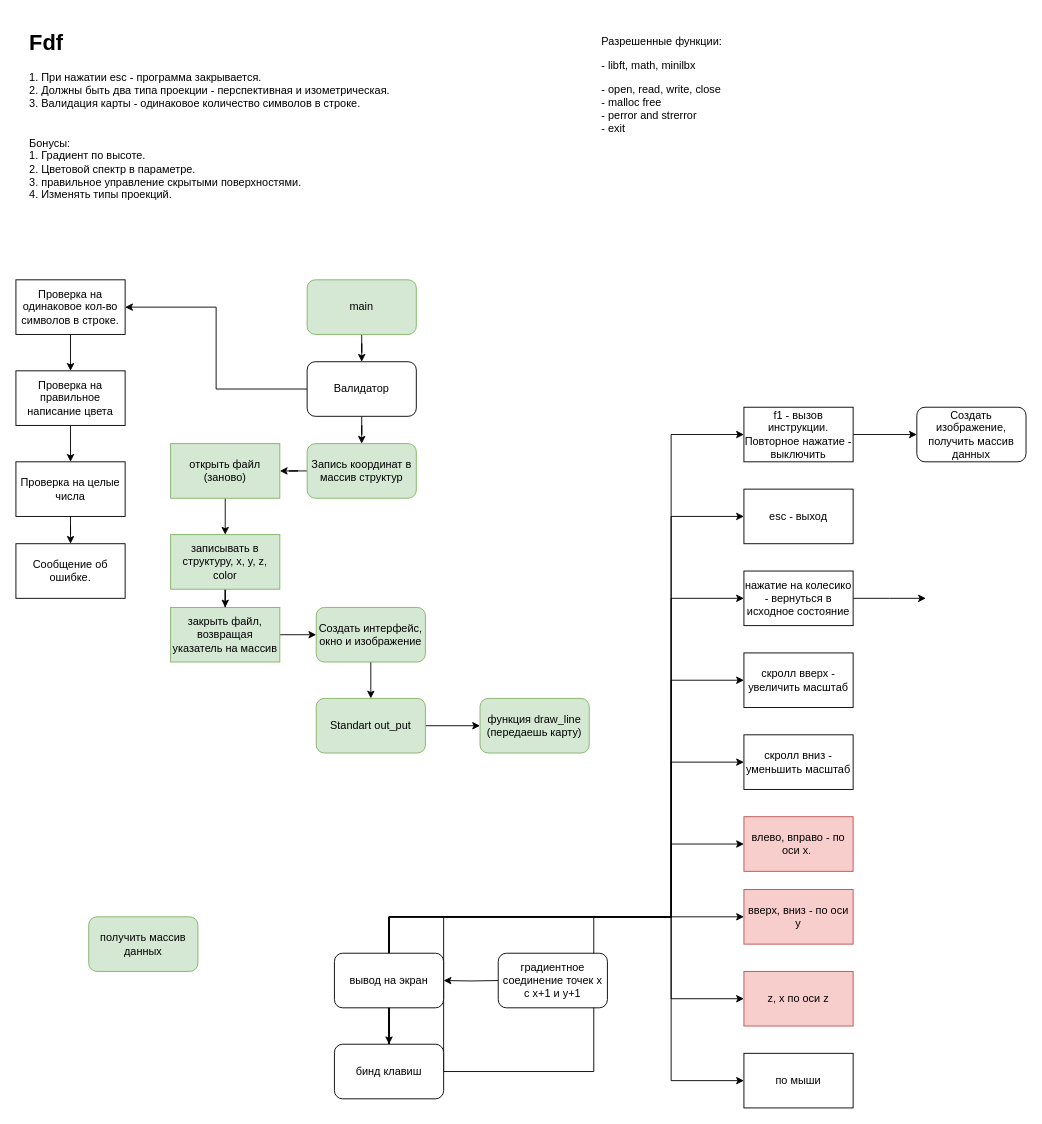
This is map.drawio from Yaroslew/Fdf, a draw.io file, before an edit. Source tidied: cells renumbered, new cells numbered last; positions are measured from the earlier drawing's top-left corner, leaving out a move shared by most shapes. Both pictures are drawn from the tidied source at 91%, with x=0, y=0 at pixel (15, 15).
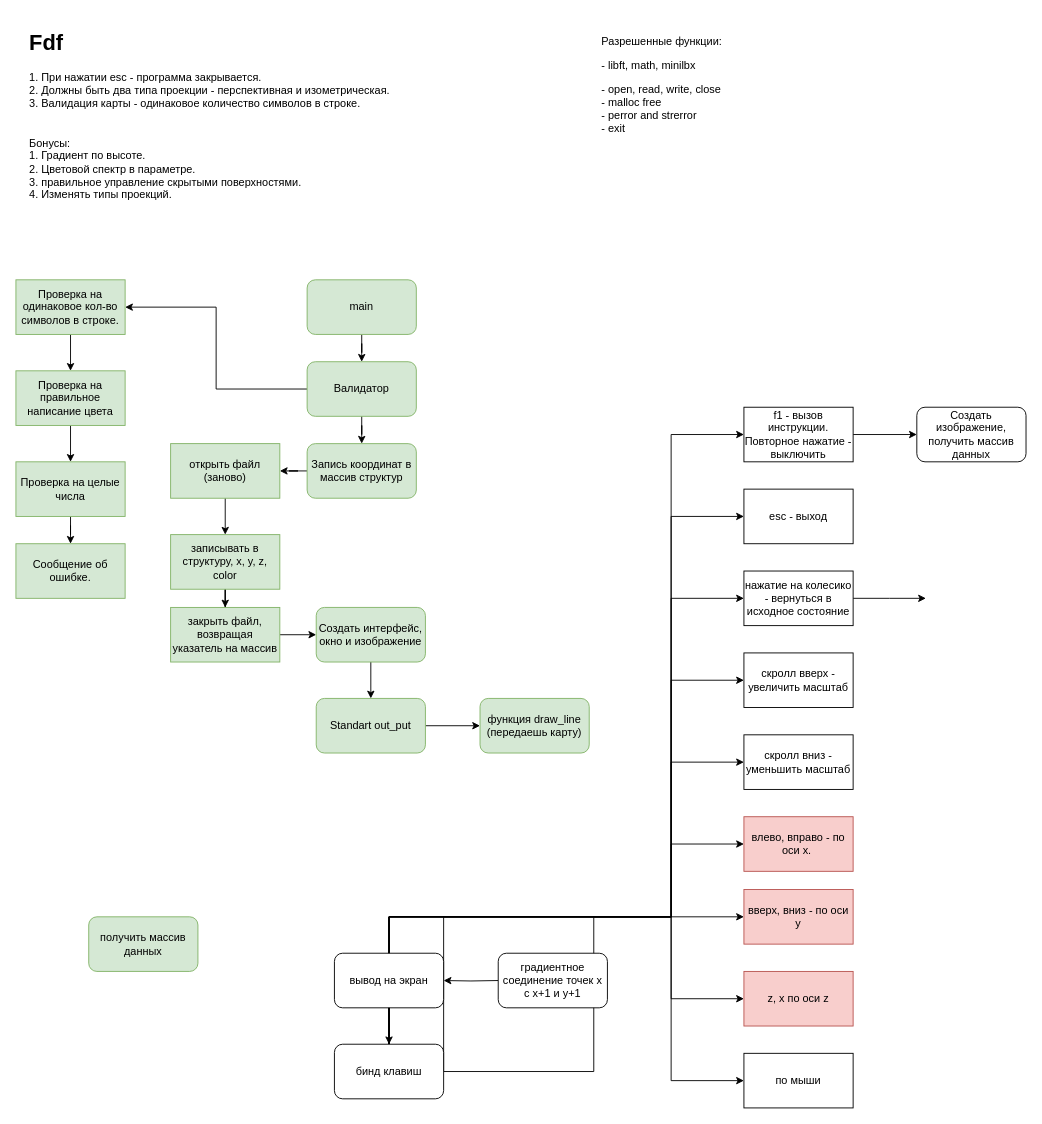
The same page after the edit.

The edit, as a diff of the source:
```diff
@@
-    <mxCell id="8" value="Валидатор" style="rounded=1;whiteSpace=wrap;html=1;" parent="1" vertex="1">
+    <mxCell id="8" value="Валидатор" style="rounded=1;whiteSpace=wrap;html=1;fillColor=#d5e8d4;strokeColor=#82b366;" parent="1" vertex="1">
       <mxGeometry x="320" y="380" width="120" height="60" as="geometry" />
     </mxCell>
@@
-    <mxCell id="10" value="Проверка на одинаковое кол-во символов в строке." style="rounded=0;whiteSpace=wrap;html=1;" parent="1" vertex="1">
+    <mxCell id="10" value="Проверка на одинаковое кол-во символов в строке." style="rounded=0;whiteSpace=wrap;html=1;fillColor=#d5e8d4;strokeColor=#82b366;" parent="1" vertex="1">
       <mxGeometry y="290" width="120" height="60" as="geometry" />
     </mxCell>
@@
-    <mxCell id="12" value="Проверка на правильное написание цвета" style="rounded=0;whiteSpace=wrap;html=1;" parent="1" vertex="1">
+    <mxCell id="12" value="Проверка на правильное написание цвета" style="rounded=0;whiteSpace=wrap;html=1;fillColor=#d5e8d4;strokeColor=#82b366;" parent="1" vertex="1">
       <mxGeometry y="390" width="120" height="60" as="geometry" />
     </mxCell>
@@
-    <mxCell id="14" value="Проверка на целые числа" style="rounded=0;whiteSpace=wrap;html=1;" parent="1" vertex="1">
+    <mxCell id="14" value="Проверка на целые числа" style="rounded=0;whiteSpace=wrap;html=1;fillColor=#d5e8d4;strokeColor=#82b366;" parent="1" vertex="1">
       <mxGeometry y="490" width="120" height="60" as="geometry" />
     </mxCell>
@@
-    <mxCell id="43" value="Сообщение об ошибке." style="rounded=0;whiteSpace=wrap;html=1;" parent="1" vertex="1">
+    <mxCell id="43" value="Сообщение об ошибке." style="rounded=0;whiteSpace=wrap;html=1;fillColor=#d5e8d4;strokeColor=#82b366;" parent="1" vertex="1">
       <mxGeometry y="580" width="120" height="60" as="geometry" />
     </mxCell>
```
